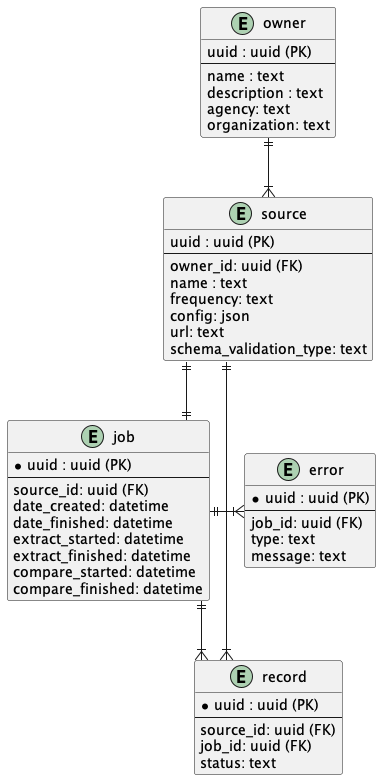
This is docs/diagrams/out/erd/harvester2.0 ERD.png from GSA/datagov-harvester, a PlantUML export, as it was before one commit.
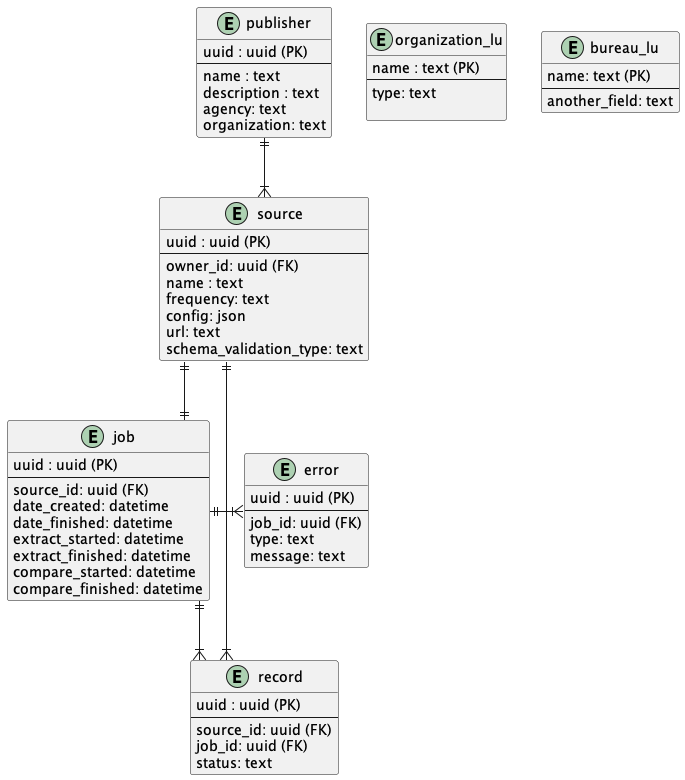
After the commit.

What changed in the source:
```diff
@@ -2,7 +2,7 @@
 
 skinparam linetype ortho
 
-entity "owner" as owner  {
+entity "publisher" as owner  {
   uuid : uuid (PK)
   --
   name : text
@@ -23,7 +23,7 @@
 }
 
 entity "record" as record {
-  *uuid : uuid (PK)
+  uuid : uuid (PK)
   --
   source_id: uuid (FK)
   job_id: uuid (FK)
@@ -31,7 +31,7 @@
 }
 
 entity "job" as job {
-  *uuid : uuid (PK)
+  uuid : uuid (PK)
   --
   source_id: uuid (FK)
   date_created: datetime
@@ -43,11 +43,24 @@
 }
 
 entity "error" as error {
-  *uuid : uuid (PK)
+  uuid : uuid (PK)
   --
   job_id: uuid (FK)
   type: text
   message: text
+}
+
+entity "organization_lu" as organization_lu {
+  name : text (PK)
+  --
+  type: text
+
+}
+
+entity "bureau_lu" as bureau_lu {
+  name: text (PK)
+  --
+  another_field: text
 }
 
 owner  ||--|{ source
```
